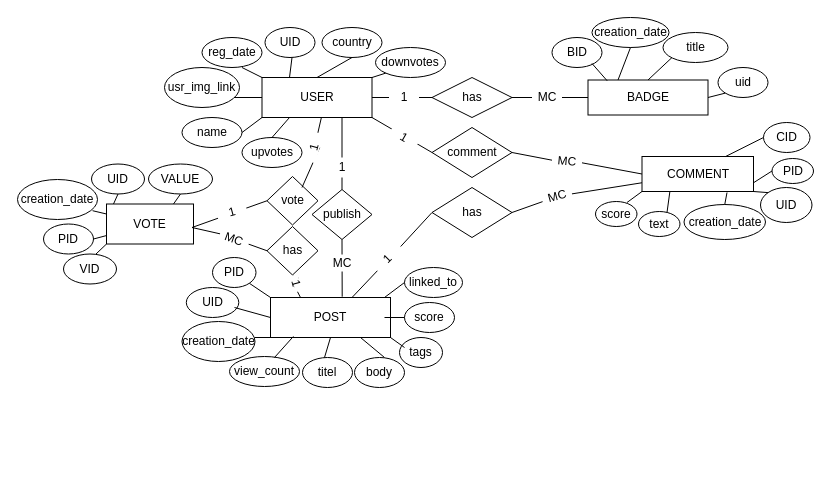
Earlier version of the draw.io diagram Untitled Diagram.drawio (TrueMage/draw). Source tidied: cells renumbered, new cells numbered last; positions are measured from the earlier drawing's top-left corner, leaving out a move shared by most shapes. Both pictures are drawn from the tidied source at 100%, with x=0, y=0 at pixel (17, 17).
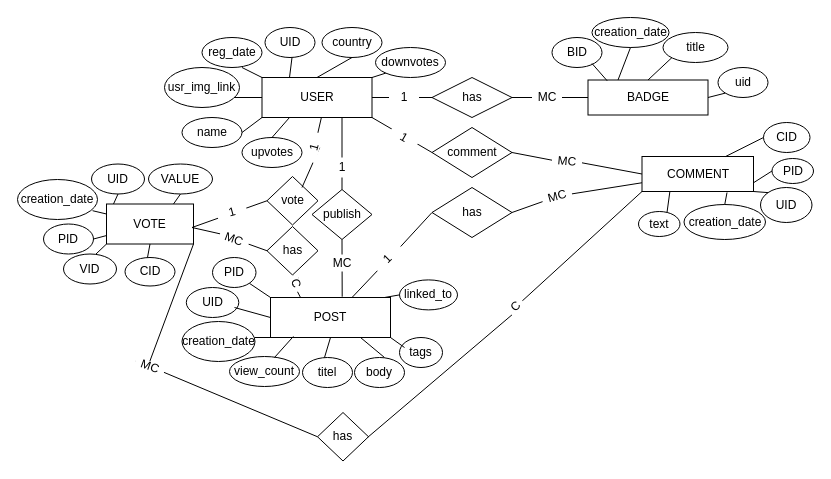
After the change.

Unchanged cells that the change refers to:
```xml
<mxCell id="25" value="COMMENT" style="rounded=0;whiteSpace=wrap;html=1;" parent="1" vertex="1">
  <mxGeometry x="624.5" y="139" width="111.5" height="35" as="geometry" />
</mxCell>
<mxCell id="68" value="VOTE" style="rounded=0;whiteSpace=wrap;html=1;" parent="1" vertex="1">
  <mxGeometry x="89" y="186.5" width="87" height="40" as="geometry" />
</mxCell>
```

Diff of the diagram source:
```diff
@@
-    <mxCell id="22" value="score" style="ellipse;whiteSpace=wrap;html=1;" parent="1" vertex="1">
-      <mxGeometry x="387" y="285" width="50" height="30" as="geometry" />
-    </mxCell>
@@
     <mxCell id="24" value="linked_to" style="ellipse;whiteSpace=wrap;html=1;" parent="1" vertex="1">
-      <mxGeometry x="387" y="250" width="58" height="30" as="geometry" />
+      <mxGeometry x="382" y="262.4" width="58" height="30" as="geometry" />
     </mxCell>
@@
-    <mxCell id="31" value="score" style="ellipse;whiteSpace=wrap;html=1;" parent="1" vertex="1">
-      <mxGeometry x="578" y="184" width="41.5" height="25" as="geometry" />
-    </mxCell>
@@
-    <mxCell id="61" style="endArrow=none;html=1;rounded=0;entryX=0;entryY=0.5;entryDx=0;entryDy=0;" parent="1" edge="1" target="22">
-      <mxGeometry relative="1" as="geometry">
-        <mxPoint x="367" y="300" as="sourcePoint" />
-      </mxGeometry>
-    </mxCell>
-    <mxCell id="62" style="endArrow=none;html=1;rounded=0;entryX=0;entryY=1;entryDx=0;entryDy=0;" parent="1" edge="1" target="25">
-      <mxGeometry relative="1" as="geometry">
-        <mxPoint x="609.5" y="185" as="sourcePoint" />
-      </mxGeometry>
-    </mxCell>
@@
-    <mxCell id="104" value="1" style="text;html=1;align=center;verticalAlign=middle;whiteSpace=wrap;rounded=0;fillColor=default;fillStyle=solid;rotation=75;" parent="1" vertex="1">
+    <mxCell id="104" value="C" style="text;html=1;align=center;verticalAlign=middle;whiteSpace=wrap;rounded=0;fillColor=default;fillStyle=solid;rotation=75;" parent="1" vertex="1">
       <mxGeometry x="270.6" y="262.4" width="17" height="6.5" as="geometry" />
     </mxCell>
@@
+    <mxCell id="107" value="CID" style="ellipse;whiteSpace=wrap;html=1;" parent="1" vertex="1">
+      <mxGeometry x="107.5" y="240" width="50" height="28.5" as="geometry" />
+    </mxCell>
+    <mxCell id="108" style="endArrow=none;html=1;rounded=0;entryX=0.5;entryY=1;entryDx=0;entryDy=0;" parent="1" edge="1" target="68">
+      <mxGeometry relative="1" as="geometry">
+        <mxPoint x="130" y="240" as="sourcePoint" />
+      </mxGeometry>
+    </mxCell>
+    <mxCell id="109" value="has" style="rhombus;whiteSpace=wrap;html=1;" parent="1" vertex="1">
+      <mxGeometry x="300" y="395" width="51" height="48.5" as="geometry" />
+    </mxCell>
+    <mxCell id="110" style="endArrow=none;html=1;rounded=0;entryX=1;entryY=1;entryDx=0;entryDy=0;" parent="1" edge="1" target="68">
+      <mxGeometry relative="1" as="geometry">
+        <mxPoint x="130" y="350" as="sourcePoint" />
+      </mxGeometry>
+    </mxCell>
+    <mxCell id="111" style="endArrow=none;html=1;rounded=0;entryX=0;entryY=0.5;entryDx=0;entryDy=0;" parent="1" edge="1" source="114" target="109">
+      <mxGeometry relative="1" as="geometry" />
+    </mxCell>
+    <mxCell id="112" style="endArrow=none;html=1;rounded=0;entryX=0;entryY=1;entryDx=0;entryDy=0;" parent="1" edge="1" source="116" target="25">
+      <mxGeometry relative="1" as="geometry" />
+    </mxCell>
+    <mxCell id="113" style="endArrow=none;html=1;rounded=0;entryX=0;entryY=0.5;entryDx=0;entryDy=0;" parent="1" edge="1" target="114">
+      <mxGeometry relative="1" as="geometry">
+        <mxPoint x="130" y="350" as="sourcePoint" />
+      </mxGeometry>
+    </mxCell>
+    <mxCell id="114" value="MC" style="text;html=1;align=center;verticalAlign=middle;whiteSpace=wrap;rounded=0;fillColor=default;fillStyle=solid;rotation=20;" parent="1" vertex="1">
+      <mxGeometry x="117.5" y="344" width="30" height="10" as="geometry" />
+    </mxCell>
+    <mxCell id="115" style="endArrow=none;html=1;rounded=0;entryX=0;entryY=1;entryDx=0;entryDy=0;" parent="1" edge="1" target="116">
+      <mxGeometry relative="1" as="geometry">
+        <mxPoint x="350" y="420" as="sourcePoint" />
+      </mxGeometry>
+    </mxCell>
+    <mxCell id="116" value="C" style="text;html=1;align=center;verticalAlign=middle;whiteSpace=wrap;rounded=0;fillColor=default;fillStyle=solid;rotation=-43;" parent="1" vertex="1">
+      <mxGeometry x="490" y="285.9" width="17" height="6.5" as="geometry" />
+    </mxCell>
```
